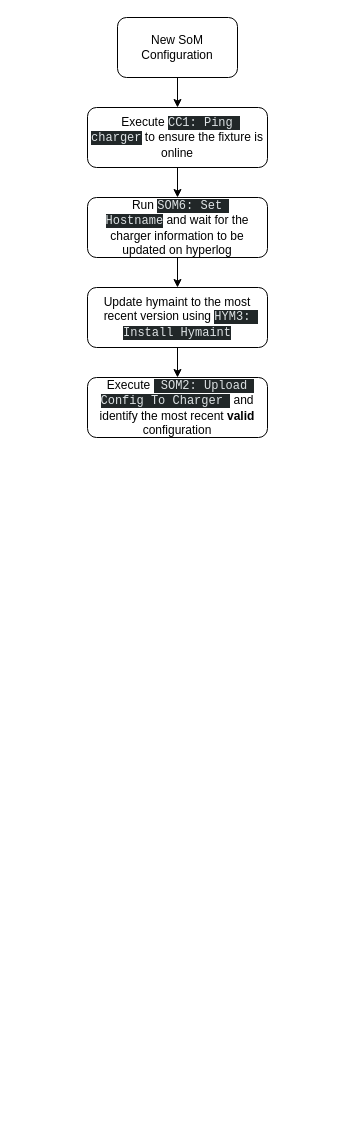
gialla1987/test-meter keeps this draw.io diagram as SoM.drawio. Above is the earlier version. Source tidied: cells renumbered, new cells numbered last; positions are measured from the earlier drawing's top-left corner, leaving out a move shared by most shapes. Both pictures are drawn from the tidied source at 100%, with x=0, y=0 at pixel (87, 17).
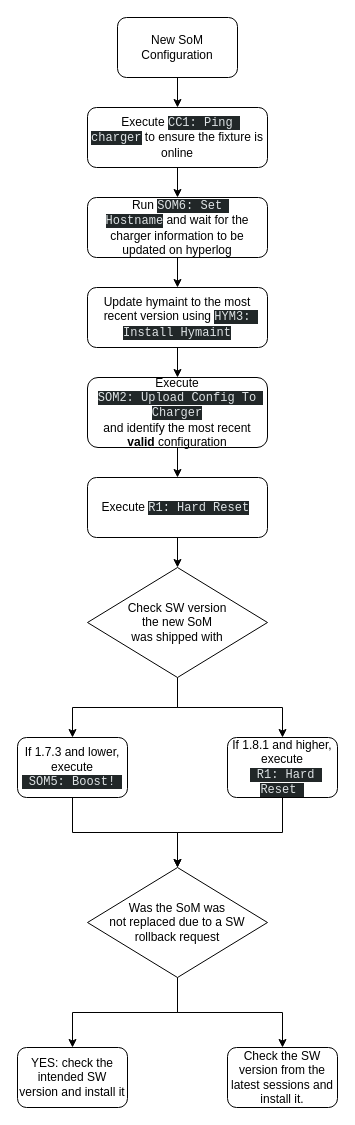
The same diagram, later.

Commit message:
first complete draft

Change to the diagram source:
```diff
@@
+    <mxCell id="11" style="edgeStyle=orthogonalEdgeStyle;rounded=0;jettySize=auto;html=1;entryX=0.5;entryY=0;entryDx=0;entryDy=0;" parent="1" edge="1" source="10" target="13">
+      <mxGeometry relative="1" as="geometry" />
+    </mxCell>
-    <mxCell id="10" value="Execute&amp;nbsp;&lt;span style=&quot;color: rgb(222, 227, 229); font-family: monospace; text-align: left; white-space-collapse: preserve; background-color: rgb(33, 39, 40);&quot;&gt; SOM2: Upload Config To Charger &lt;/span&gt;&amp;nbsp;and identify the most recent &lt;b&gt;valid &lt;/b&gt;configuration" style="rounded=1;whiteSpace=wrap;html=1;" parent="1" vertex="1">
-      <mxGeometry y="360" width="180" height="60" as="geometry" />
+    <mxCell id="10" value="Execute&lt;div&gt;&lt;span style=&quot;color: rgb(222, 227, 229); font-family: monospace; text-align: left; white-space-collapse: preserve; background-color: rgb(33, 39, 40);&quot;&gt;SOM2: Upload Config To Charger&lt;/span&gt;&lt;/div&gt;&lt;div&gt;and identify the most recent &lt;b&gt;valid &lt;/b&gt;configuration&lt;/div&gt;" style="rounded=1;whiteSpace=wrap;html=1;" parent="1" vertex="1">
+      <mxGeometry y="360" width="180" height="70" as="geometry" />
     </mxCell>
+    <mxCell id="12" style="edgeStyle=orthogonalEdgeStyle;rounded=0;jettySize=auto;html=1;entryX=0.5;entryY=0;entryDx=0;entryDy=0;" parent="1" edge="1" source="13" target="16">
+      <mxGeometry relative="1" as="geometry" />
+    </mxCell>
+    <mxCell id="13" value="Execute&amp;nbsp;&lt;span style=&quot;color: rgb(222, 227, 229); font-family: monospace; text-align: left; white-space-collapse: preserve; background-color: rgb(33, 39, 40);&quot;&gt;R1: Hard Reset&lt;/span&gt;&amp;nbsp;" style="rounded=1;whiteSpace=wrap;html=1;" parent="1" vertex="1">
+      <mxGeometry y="460" width="180" height="60" as="geometry" />
+    </mxCell>
+    <mxCell id="14" style="edgeStyle=orthogonalEdgeStyle;rounded=0;jettySize=auto;html=1;entryX=0.5;entryY=0;entryDx=0;entryDy=0;" parent="1" edge="1" source="16" target="18">
+      <mxGeometry relative="1" as="geometry" />
+    </mxCell>
+    <mxCell id="15" style="edgeStyle=orthogonalEdgeStyle;rounded=0;jettySize=auto;html=1;entryX=0.5;entryY=0;entryDx=0;entryDy=0;" parent="1" edge="1" source="16" target="20">
+      <mxGeometry relative="1" as="geometry" />
+    </mxCell>
+    <mxCell id="16" value="Check SW version&lt;div&gt;the new SoM&lt;/div&gt;&lt;div&gt;was shipped with&lt;/div&gt;" style="rhombus;whiteSpace=wrap;html=1;" parent="1" vertex="1">
+      <mxGeometry y="550" width="180" height="110" as="geometry" />
+    </mxCell>
+    <mxCell id="17" style="edgeStyle=orthogonalEdgeStyle;rounded=0;jettySize=auto;html=1;entryX=0.5;entryY=0;entryDx=0;entryDy=0;" parent="1" edge="1" source="18" target="23">
+      <mxGeometry relative="1" as="geometry" />
+    </mxCell>
+    <mxCell id="18" value="&lt;div&gt;If 1.7.3 and lower, execute&lt;/div&gt;&lt;div&gt;&lt;span style=&quot;color: rgb(222, 227, 229); font-family: monospace; text-align: left; white-space-collapse: preserve; background-color: rgb(33, 39, 40);&quot;&gt; SOM5: Boost! &lt;/span&gt;&lt;/div&gt;" style="rounded=1;whiteSpace=wrap;html=1;" parent="1" vertex="1">
+      <mxGeometry x="-70" y="720" width="110" height="60" as="geometry" />
+    </mxCell>
+    <mxCell id="19" style="edgeStyle=orthogonalEdgeStyle;rounded=0;jettySize=auto;html=1;entryX=0.5;entryY=0;entryDx=0;entryDy=0;" parent="1" edge="1" source="20" target="23">
+      <mxGeometry relative="1" as="geometry" />
+    </mxCell>
+    <mxCell id="20" value="&lt;div&gt;If 1.8.1 and higher,&lt;/div&gt;&lt;div&gt;execute&lt;/div&gt;&lt;div&gt;&lt;span style=&quot;color: rgb(222, 227, 229); font-family: monospace; text-align: left; white-space-collapse: preserve; background-color: rgb(33, 39, 40);&quot;&gt; R1: Hard Reset &lt;/span&gt;&lt;/div&gt;" style="rounded=1;whiteSpace=wrap;html=1;" parent="1" vertex="1">
+      <mxGeometry x="140" y="720" width="110" height="60" as="geometry" />
+    </mxCell>
+    <mxCell id="21" style="edgeStyle=orthogonalEdgeStyle;rounded=0;jettySize=auto;html=1;entryX=0.5;entryY=0;entryDx=0;entryDy=0;" parent="1" edge="1" source="23" target="24">
+      <mxGeometry relative="1" as="geometry" />
+    </mxCell>
+    <mxCell id="22" style="edgeStyle=orthogonalEdgeStyle;rounded=0;jettySize=auto;html=1;entryX=0.5;entryY=0;entryDx=0;entryDy=0;" parent="1" edge="1" source="23" target="25">
+      <mxGeometry relative="1" as="geometry" />
+    </mxCell>
+    <mxCell id="23" value="Was the SoM was&lt;div&gt;not replaced due to a SW rollback request&lt;/div&gt;" style="rhombus;whiteSpace=wrap;html=1;" parent="1" vertex="1">
+      <mxGeometry y="850" width="180" height="110" as="geometry" />
+    </mxCell>
+    <mxCell id="24" value="&lt;div&gt;YES: check the intended SW version and install it&lt;/div&gt;" style="rounded=1;whiteSpace=wrap;html=1;" parent="1" vertex="1">
+      <mxGeometry x="-70" y="1030" width="110" height="60" as="geometry" />
+    </mxCell>
+    <mxCell id="25" value="&lt;div&gt;Check the SW version from the latest sessions and install it.&lt;/div&gt;" style="rounded=1;whiteSpace=wrap;html=1;" parent="1" vertex="1">
+      <mxGeometry x="140" y="1030" width="110" height="60" as="geometry" />
+    </mxCell>
```
